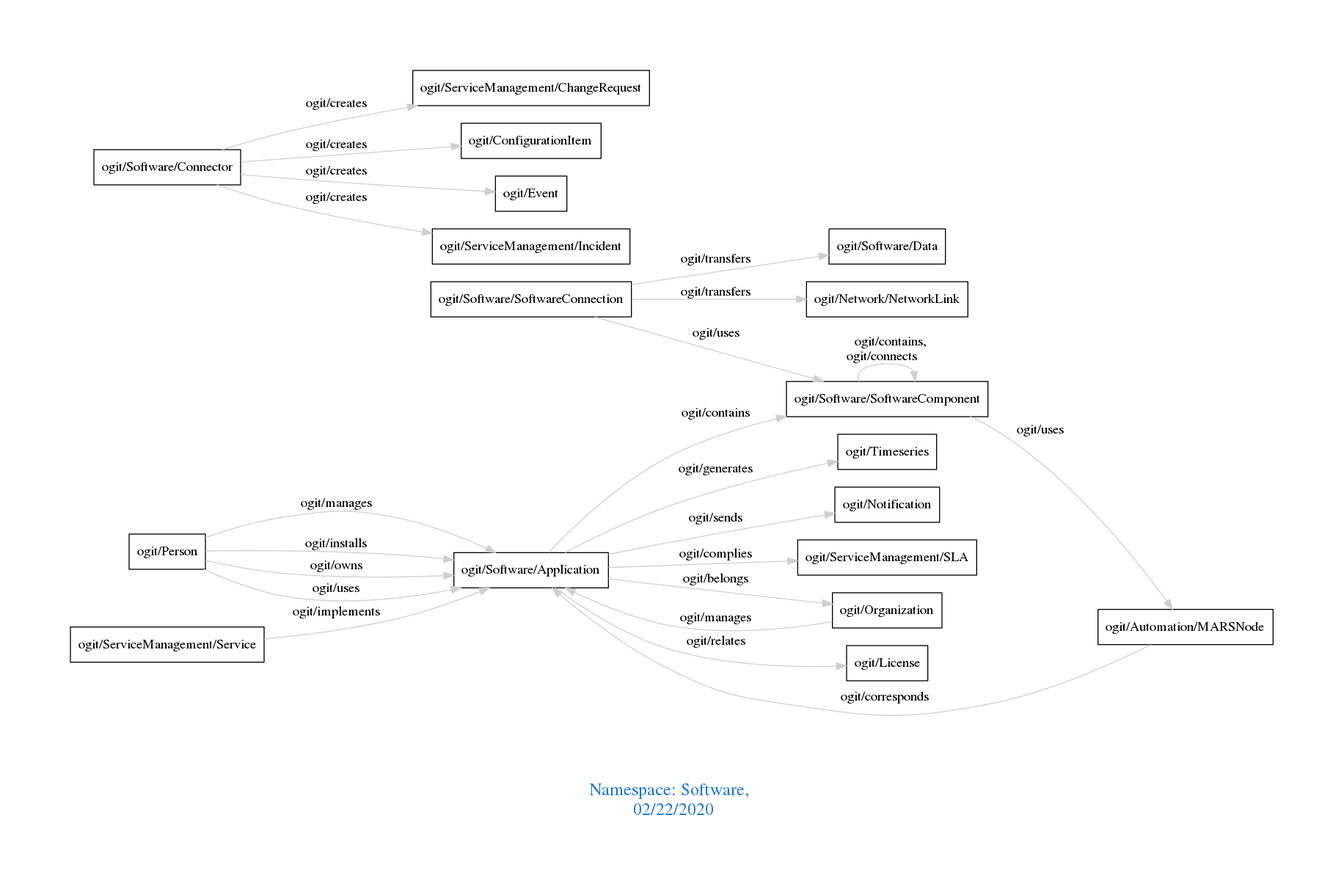
Before: downloads/Software.png, a diagram exported from Graphviz (arago/OGIT). Its source is kept beside it as downloads/Software.dot.
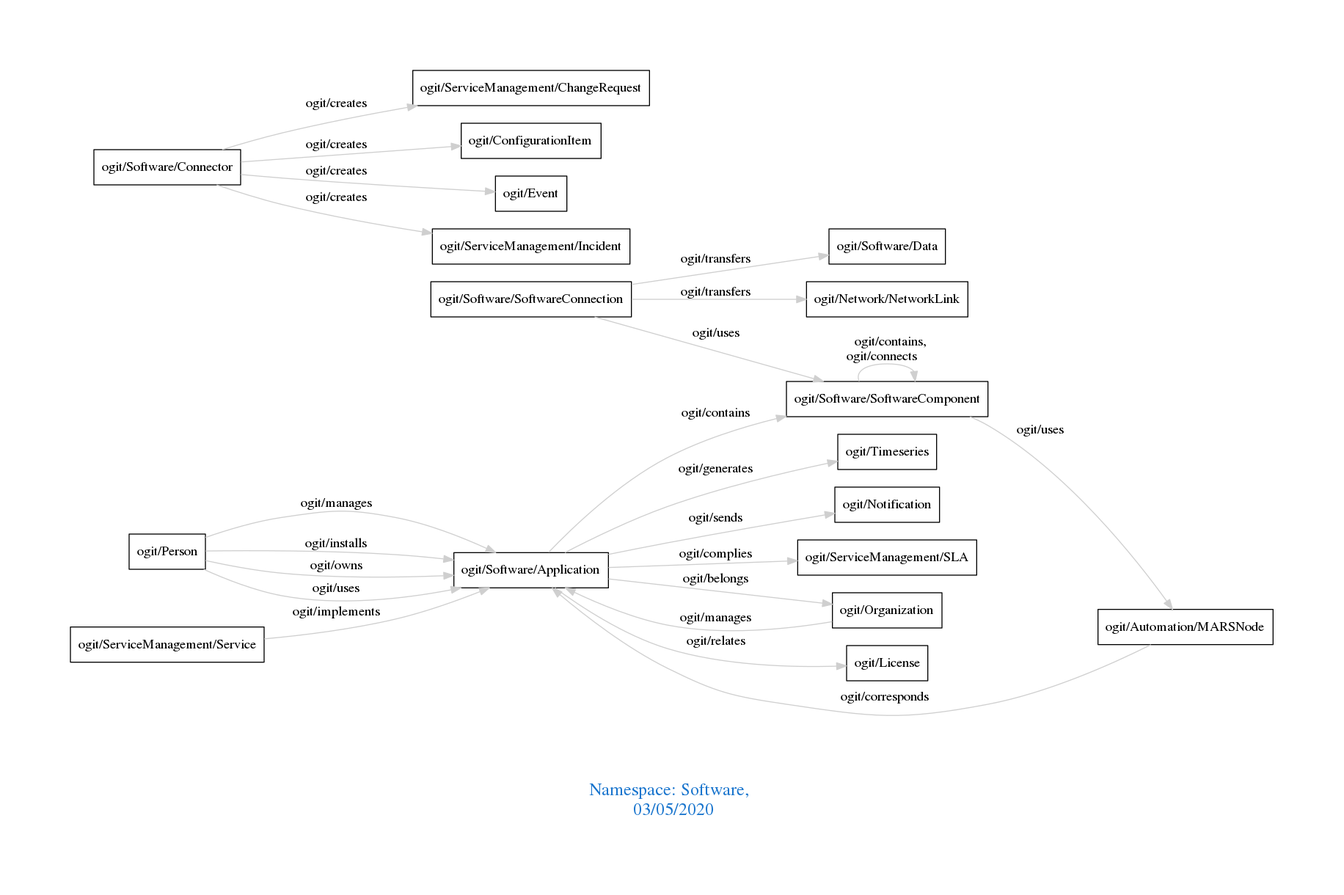
The same file after the commit.

What changed in the source:
```diff
@@ -1,7 +1,7 @@
 digraph OGIT_ontology {
  graph [ rankdir= LR,pad=1
 fontsize = 18,
-fontcolor= dodgerblue3,label = "\n\n\nNamespace: Software, \n 02/22/2020"];
+fontcolor= dodgerblue3,label = "\n\n\nNamespace: Software, \n 03/05/2020"];
 node[shape=polygon];
 edge [  color="gray81"];
 
```
